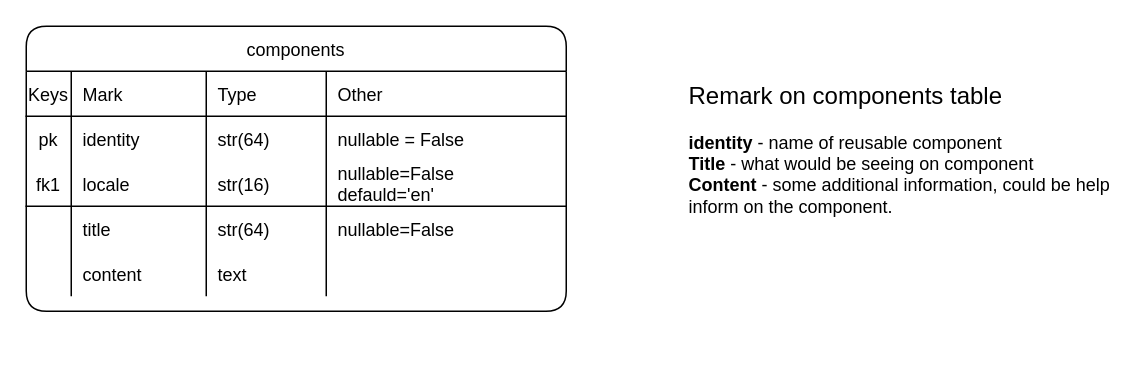
Sergey190309/220415-market-caffee keeps this draw.io diagram as page "component tables" (3 of 9) of market-coffee.drawio. Above is the earlier version. Source tidied: cells renumbered, new cells numbered last; positions are measured from the earlier drawing's top-left corner, leaving out a move shared by most shapes. Both pictures are drawn from the tidied source at 150%, with x=0, y=0 at pixel (26, 26).
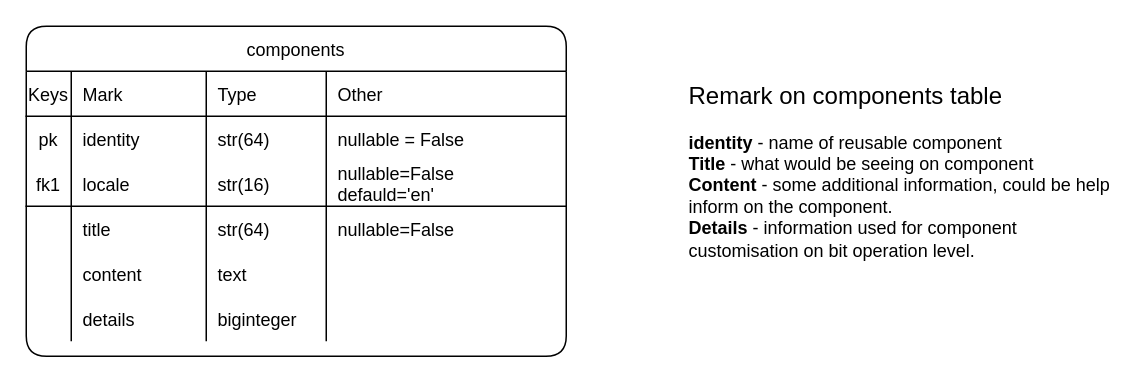
After the change.

The edit, as a diff of the source:
```diff
@@
     <mxCell id="2" value="components" style="shape=table;startSize=30;childLayout=tableLayout;rowLines=0;fontStyle=0;align=center;shadow=0;labelBackgroundColor=none;strokeWidth=1;fontColor=#000000;rounded=1;" parent="1" vertex="1">
-      <mxGeometry width="360" height="190" as="geometry" />
+      <mxGeometry width="360" height="220" as="geometry" />
     </mxCell>
@@
+    <mxCell id="29" style="shape=partialRectangle;fillColor=none;top=0;left=0;bottom=0;right=0;rounded=1;" parent="2" vertex="1">
+      <mxGeometry y="180" width="360" height="30" as="geometry" />
+    </mxCell>
+    <mxCell id="30" style="shape=partialRectangle;fillColor=none;top=0;left=0;bottom=0;right=0;overflow=hidden;rounded=1;" parent="29" vertex="1">
+      <mxGeometry width="30" height="30" as="geometry" />
+    </mxCell>
+    <mxCell id="31" value="details" style="shape=partialRectangle;fillColor=none;top=0;left=0;bottom=0;right=0;align=left;spacingLeft=6;overflow=hidden;rounded=1;" parent="29" vertex="1">
+      <mxGeometry x="30" width="90" height="30" as="geometry" />
+    </mxCell>
+    <mxCell id="32" value="biginteger" style="shape=partialRectangle;fillColor=none;top=0;left=0;bottom=0;right=0;align=left;spacingLeft=6;overflow=hidden;rounded=1;" parent="29" vertex="1">
+      <mxGeometry x="120" width="80" height="30" as="geometry" />
+    </mxCell>
+    <mxCell id="33" style="shape=partialRectangle;fillColor=none;top=0;left=0;bottom=0;right=0;align=left;spacingLeft=6;overflow=hidden;rounded=1;" parent="29" vertex="1">
+      <mxGeometry x="200" width="160" height="30" as="geometry" />
+    </mxCell>
-    <mxCell id="28" value="&lt;font style=&quot;font-size: 16px&quot;&gt;Remark on&amp;nbsp;&lt;span style=&quot;text-align: center&quot;&gt;components&lt;/span&gt;&amp;nbsp;table&lt;/font&gt;&lt;br&gt;&lt;font style=&quot;font-size: 12px&quot;&gt;&lt;br&gt;&lt;b&gt;identity&lt;/b&gt; - name of reusable component&lt;br&gt;&lt;b&gt;Title&lt;/b&gt; - what would be seeing on component&lt;br&gt;&lt;b&gt;Content&lt;/b&gt; - some additional information, could be help inform on the component.&lt;br&gt;&lt;/font&gt;" style="text;html=1;strokeColor=none;fillColor=none;align=left;verticalAlign=top;whiteSpace=wrap;overflow=hidden;fontSize=12;spacingTop=0;" parent="1" vertex="1">
+    <mxCell id="28" value="&lt;font style=&quot;font-size: 16px&quot;&gt;Remark on&amp;nbsp;&lt;span style=&quot;text-align: center&quot;&gt;components&lt;/span&gt;&amp;nbsp;table&lt;/font&gt;&lt;br&gt;&lt;font style=&quot;font-size: 12px&quot;&gt;&lt;br&gt;&lt;b&gt;identity&lt;/b&gt; - name of reusable component&lt;br&gt;&lt;b&gt;Title&lt;/b&gt; - what would be seeing on component&lt;br&gt;&lt;b&gt;Content&lt;/b&gt; - some additional information, could be help inform on the component.&lt;br&gt;&lt;b&gt;Details&lt;/b&gt; - information used for component customisation on bit operation level.&lt;br&gt;&lt;/font&gt;" style="text;html=1;strokeColor=none;fillColor=none;align=left;verticalAlign=top;whiteSpace=wrap;overflow=hidden;fontSize=12;spacingTop=0;" parent="1" vertex="1">
       <mxGeometry x="440" y="30" width="290" height="140" as="geometry" />
     </mxCell>
```
